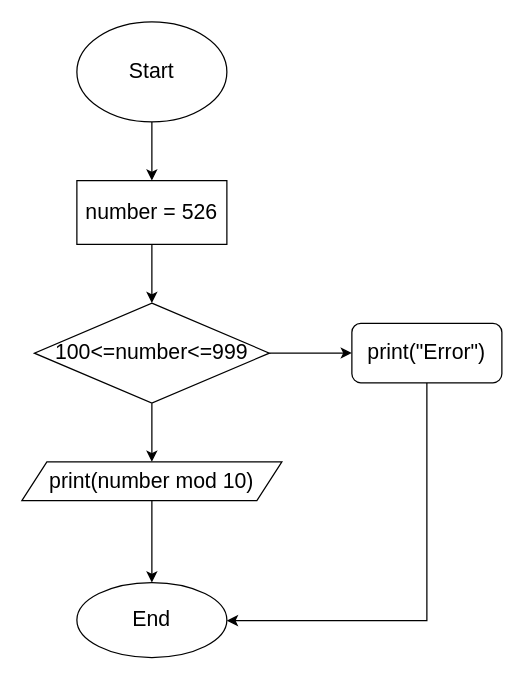
Before: Task09/9.drawio in AKC1990/C_sharp_tasks, a draw.io diagram. Source tidied: cells renumbered, new cells numbered last; positions are measured from the earlier drawing's top-left corner, leaving out a move shared by most shapes. Both pictures are drawn from the tidied source at 125%, with x=0, y=0 at pixel (21, 21).
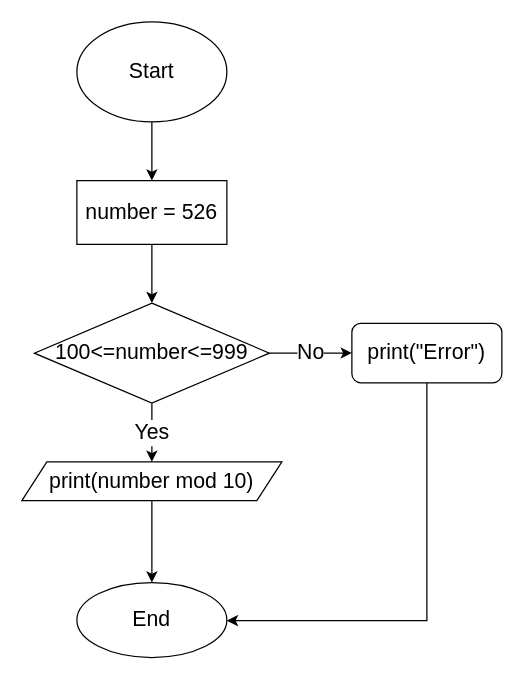
Above is the later version.

Commit message:
Fixed scheme in Task09

What changed in the source:
```diff
@@
 <mxGraphModel>
   <root>
     <mxCell id="0" />
     <mxCell id="1" parent="0" />
     <mxCell id="2" style="edgeStyle=none;html=1;fontSize=17;" parent="1" edge="1" source="3" target="5">
       <mxGeometry relative="1" as="geometry" />
     </mxCell>
     <mxCell id="3" value="Start" style="ellipse;whiteSpace=wrap;html=1;fontSize=17;" parent="1" vertex="1">
       <mxGeometry x="44" width="120" height="80" as="geometry" />
     </mxCell>
     <mxCell id="4" style="edgeStyle=none;html=1;fontSize=17;" parent="1" edge="1" source="5" target="8">
       <mxGeometry relative="1" as="geometry" />
     </mxCell>
     <mxCell id="5" value="number = 526" style="whiteSpace=wrap;html=1;fontSize=17;" parent="1" vertex="1">
       <mxGeometry x="44" y="127" width="120" height="51" as="geometry" />
     </mxCell>
-    <mxCell id="6" style="edgeStyle=none;html=1;exitX=0.5;exitY=1;exitDx=0;exitDy=0;entryX=0.5;entryY=0;entryDx=0;entryDy=0;fontSize=17;" parent="1" edge="1" source="8" target="10">
+    <mxCell id="6" value="Yes" style="edgeStyle=none;html=1;exitX=0.5;exitY=1;exitDx=0;exitDy=0;entryX=0.5;entryY=0;entryDx=0;entryDy=0;fontSize=17;" parent="1" edge="1" source="8" target="10">
       <mxGeometry relative="1" as="geometry" />
     </mxCell>
-    <mxCell id="7" style="edgeStyle=none;html=1;exitX=1;exitY=0.5;exitDx=0;exitDy=0;entryX=0;entryY=0.5;entryDx=0;entryDy=0;fontSize=17;" parent="1" edge="1" source="8" target="13">
+    <mxCell id="7" value="No" style="edgeStyle=none;html=1;exitX=1;exitY=0.5;exitDx=0;exitDy=0;entryX=0;entryY=0.5;entryDx=0;entryDy=0;fontSize=17;" parent="1" edge="1" source="8" target="13">
       <mxGeometry relative="1" as="geometry" />
     </mxCell>
     <mxCell id="8" value="100&amp;lt;=number&amp;lt;=999" style="rhombus;whiteSpace=wrap;html=1;fontSize=17;" parent="1" vertex="1">
       <mxGeometry x="10" y="225" width="188" height="80" as="geometry" />
     </mxCell>
     <mxCell id="9" style="edgeStyle=none;html=1;fontSize=17;" parent="1" edge="1" source="10" target="11">
       <mxGeometry relative="1" as="geometry" />
     </mxCell>
     <mxCell id="10" value="print(number mod 10)" style="shape=parallelogram;perimeter=parallelogramPerimeter;whiteSpace=wrap;html=1;fixedSize=1;fontSize=17;" parent="1" vertex="1">
       <mxGeometry y="352" width="208" height="31" as="geometry" />
     </mxCell>
     <mxCell id="11" value="End" style="ellipse;whiteSpace=wrap;html=1;fontSize=17;" parent="1" vertex="1">
       <mxGeometry x="44" y="448.5" width="120" height="60" as="geometry" />
     </mxCell>
     <mxCell id="12" style="edgeStyle=elbowEdgeStyle;html=1;exitX=0.5;exitY=1;exitDx=0;exitDy=0;entryX=1;entryY=0.5;entryDx=0;entryDy=0;fontSize=17;elbow=vertical;rounded=0;" parent="1" edge="1" source="13" target="11">
       <mxGeometry relative="1" as="geometry">
         <Array as="points">
           <mxPoint x="249" y="479" />
         </Array>
       </mxGeometry>
     </mxCell>
     <mxCell id="13" value="print(&quot;Error&quot;)" style="rounded=1;whiteSpace=wrap;html=1;fontSize=17;" parent="1" vertex="1">
       <mxGeometry x="264" y="241.2" width="120" height="47.5" as="geometry" />
     </mxCell>
   </root>
 </mxGraphModel>
```
